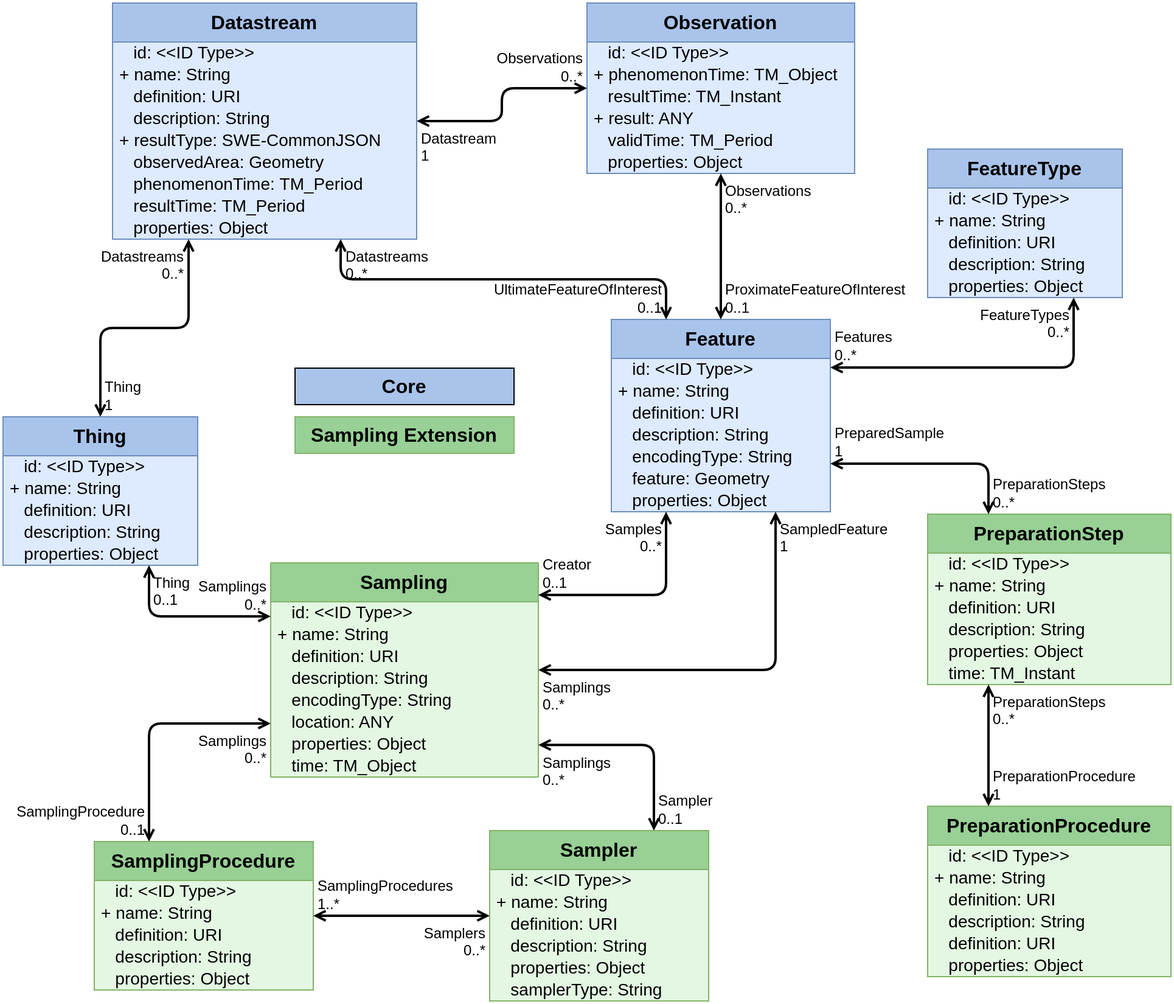
Earlier version of the draw.io export figures/Datamodel-SensorThingsApi-V2-proposal-1-Sampling.drawio.png (opengeospatial/sensorthings). Source tidied: cells renumbered, new cells last; positions are measured from the earlier drawing's top-left corner, leaving out a move shared by most shapes.
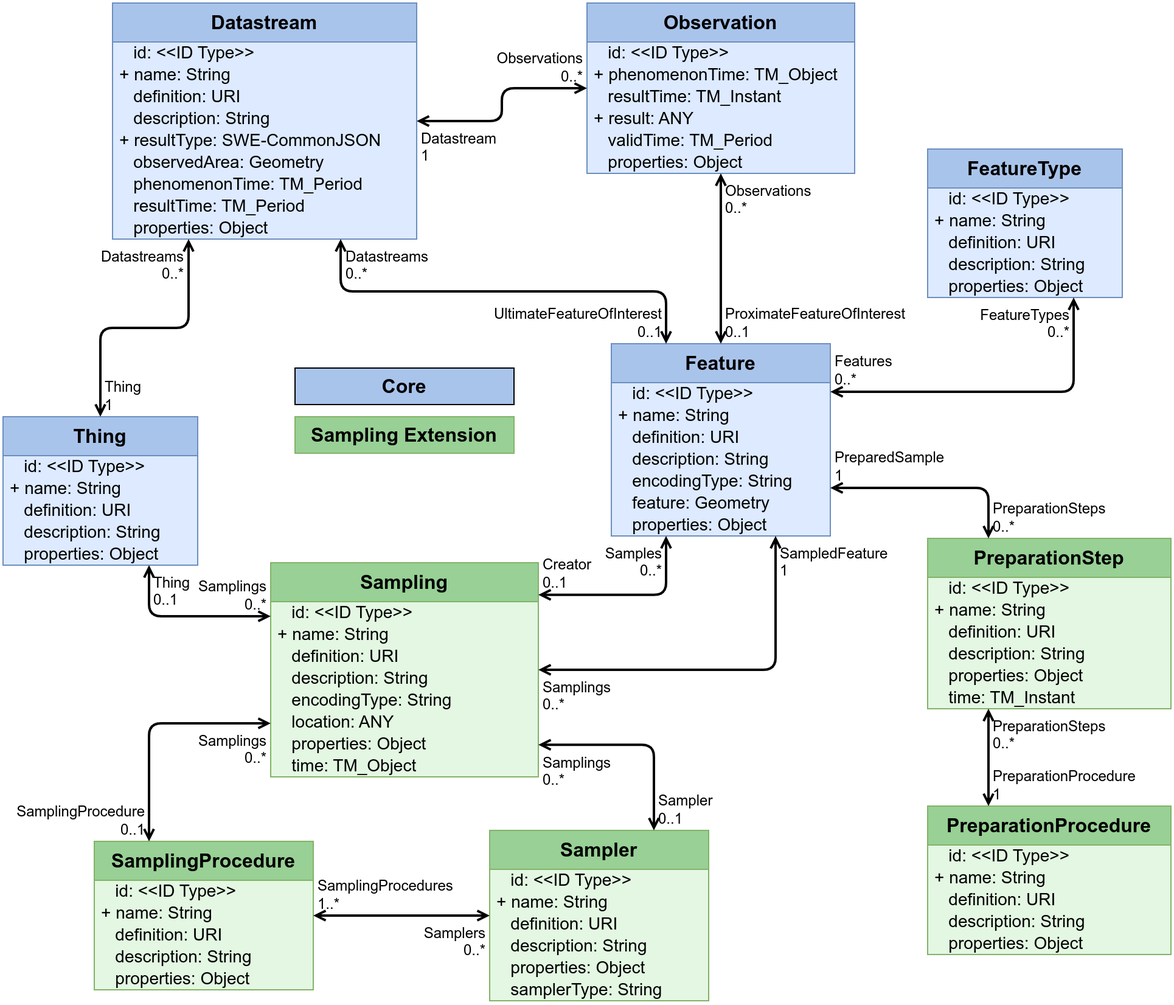
Later version of the same file.

Commit message:
Fixed double definition field in PreparationProcedure

The edit, as a diff of the source:
```diff
@@ -3,7 +3,7 @@
     <mxCell id="0" />
     <mxCell id="1" parent="0" />
     <mxCell id="2" value="Feature" style="swimlane;fontStyle=1;horizontal=1;startSize=32;fontSize=16;whiteSpace=wrap;html=1;fillColor=#A9C4EB;strokeColor=#6c8ebf;swimlaneFillColor=#DDEAFF;verticalAlign=top;" parent="1" vertex="1">
-      <mxGeometry x="500" y="260" width="180" height="158" as="geometry" />
+      <mxGeometry x="500" y="280" width="180" height="158" as="geometry" />
     </mxCell>
     <mxCell id="3" value="&amp;nbsp;&amp;nbsp;&amp;nbsp;id: &amp;lt;&amp;lt;ID Type&amp;gt;&amp;gt;" style="text;strokeColor=none;fillColor=none;align=left;verticalAlign=middle;spacingLeft=4;spacingRight=4;overflow=visible;html=1;fontSize=14;" parent="2" vertex="1">
       <mxGeometry y="32" width="180" height="18" as="geometry" />
@@ -54,7 +54,7 @@
       <mxGeometry x="1" relative="1" as="geometry" />
     </mxCell>
     <mxCell id="19" value="PreparationProcedure" style="swimlane;fontStyle=1;horizontal=1;startSize=32;fontSize=16;whiteSpace=wrap;html=1;fillColor=#98D095;strokeColor=#82b366;swimlaneFillColor=#E3F7E2;" parent="1" vertex="1">
-      <mxGeometry x="760" y="660" width="200" height="140" as="geometry" />
+      <mxGeometry x="760" y="660" width="200" height="122" as="geometry" />
     </mxCell>
     <mxCell id="20" value="&amp;nbsp;&amp;nbsp;&amp;nbsp;id: &amp;lt;&amp;lt;ID Type&amp;gt;&amp;gt;" style="text;strokeColor=none;fillColor=none;align=left;verticalAlign=middle;spacingLeft=4;spacingRight=4;overflow=visible;html=1;fontSize=14;" parent="19" vertex="1">
       <mxGeometry y="32" width="200" height="18" as="geometry" />
@@ -68,14 +68,11 @@
     <mxCell id="23" value="&amp;nbsp;&amp;nbsp;&amp;nbsp;description: String" style="text;strokeColor=none;fillColor=none;align=left;verticalAlign=middle;spacingLeft=4;spacingRight=4;overflow=visible;html=1;fontSize=14;" parent="19" vertex="1">
       <mxGeometry y="86" width="200" height="18" as="geometry" />
     </mxCell>
-    <mxCell id="24" value="&amp;nbsp;&amp;nbsp;&amp;nbsp;definition: URI" style="text;strokeColor=none;fillColor=none;align=left;verticalAlign=middle;spacingLeft=4;spacingRight=4;overflow=visible;html=1;fontSize=14;" parent="19" vertex="1">
-      <mxGeometry y="104" width="200" height="18" as="geometry" />
-    </mxCell>
     <mxCell id="25" value="&amp;nbsp;&amp;nbsp;&amp;nbsp;properties: Object" style="text;strokeColor=none;fillColor=none;align=left;verticalAlign=middle;spacingLeft=4;spacingRight=4;overflow=visible;html=1;fontSize=14;" parent="19" vertex="1">
-      <mxGeometry y="122" width="200" height="18" as="geometry" />
+      <mxGeometry y="104" width="200" height="18" as="geometry" />
     </mxCell>
     <mxCell id="26" value="PreparationStep" style="swimlane;fontStyle=1;horizontal=1;startSize=32;fontSize=16;whiteSpace=wrap;html=1;fillColor=#98D095;strokeColor=#82b366;swimlaneFillColor=#E3F7E2;" parent="1" vertex="1">
-      <mxGeometry x="760" y="420" width="200" height="140" as="geometry" />
+      <mxGeometry x="760" y="440" width="200" height="140" as="geometry" />
     </mxCell>
     <mxCell id="27" value="&amp;nbsp;&amp;nbsp;&amp;nbsp;id: &amp;lt;&amp;lt;ID Type&amp;gt;&amp;gt;" style="text;strokeColor=none;fillColor=none;align=left;verticalAlign=middle;spacingLeft=4;spacingRight=4;overflow=visible;html=1;fontSize=14;" parent="26" vertex="1">
       <mxGeometry y="32" width="200" height="18" as="geometry" />
```
